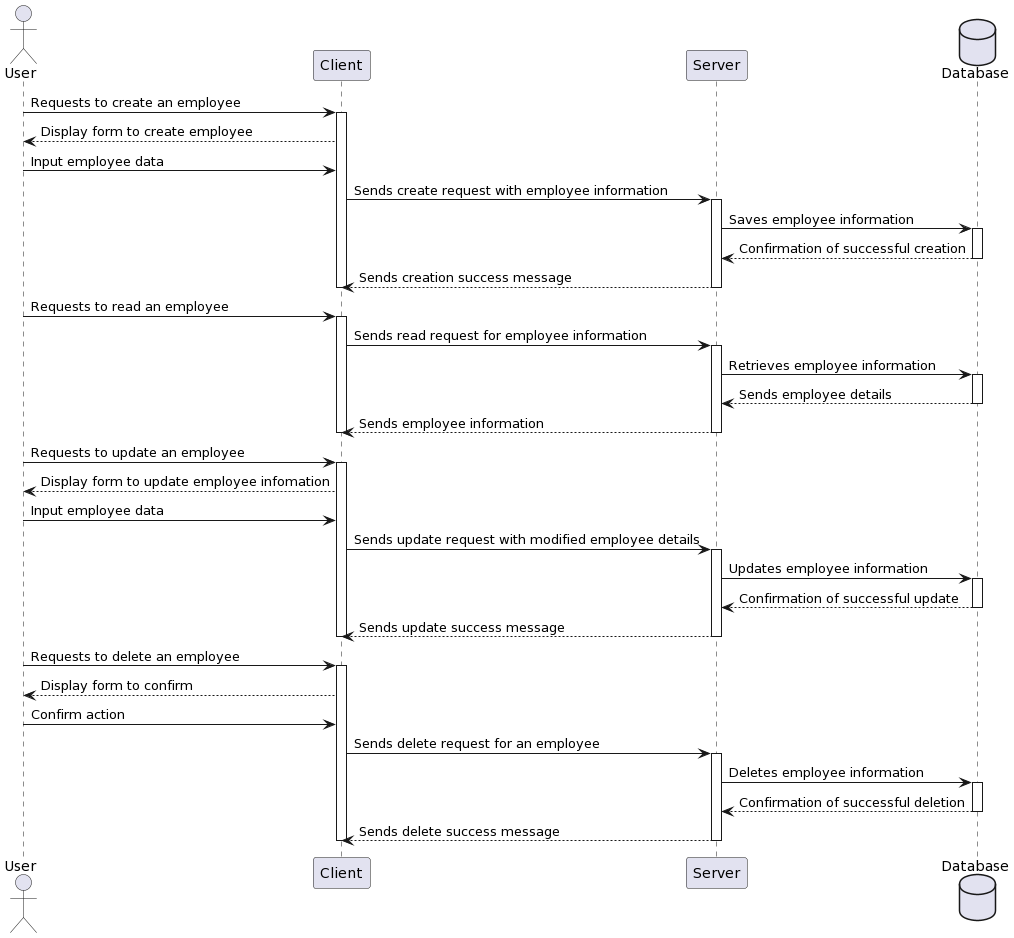
H1eu69/SE357-Pratice-class keeps this PlantUML diagram as Lab 1/Lab 1.2/sequence_diagram/CRUD_employee/CRUD_employee.png. Above is the earlier version. Its diagram source:
```plantuml
@startuml
actor User
participant "Client" as C
participant "Server" as S
database Database

User -> C: Requests to create an employee
activate C
C --> User: Display form to create employee
User -> C: Input employee data
C -> S: Sends create request with employee information
activate S
S -> Database: Saves employee information
activate Database
Database --> S: Confirmation of successful creation
deactivate Database
S --> C: Sends creation success message
deactivate C
deactivate S

User -> C: Requests to read an employee
activate C
C -> S: Sends read request for employee information
activate S
S -> Database: Retrieves employee information
activate Database
Database --> S: Sends employee details
deactivate Database
S --> C: Sends employee information
deactivate C
deactivate S

User -> C: Requests to update an employee
activate C
C --> User: Display form to update employee infomation
User -> C: Input employee data
C -> S: Sends update request with modified employee details
activate S
S -> Database: Updates employee information
activate Database
Database --> S: Confirmation of successful update
deactivate Database
S --> C: Sends update success message
deactivate C
deactivate S

User -> C: Requests to delete an employee
activate C
C --> User: Display form to confirm
User -> C: Confirm action
C -> S: Sends delete request for an employee
activate S
S -> Database: Deletes employee information
activate Database
Database --> S: Confirmation of successful deletion
deactivate Database
S --> C: Sends delete success message
deactivate C
deactivate S
@enduml
```
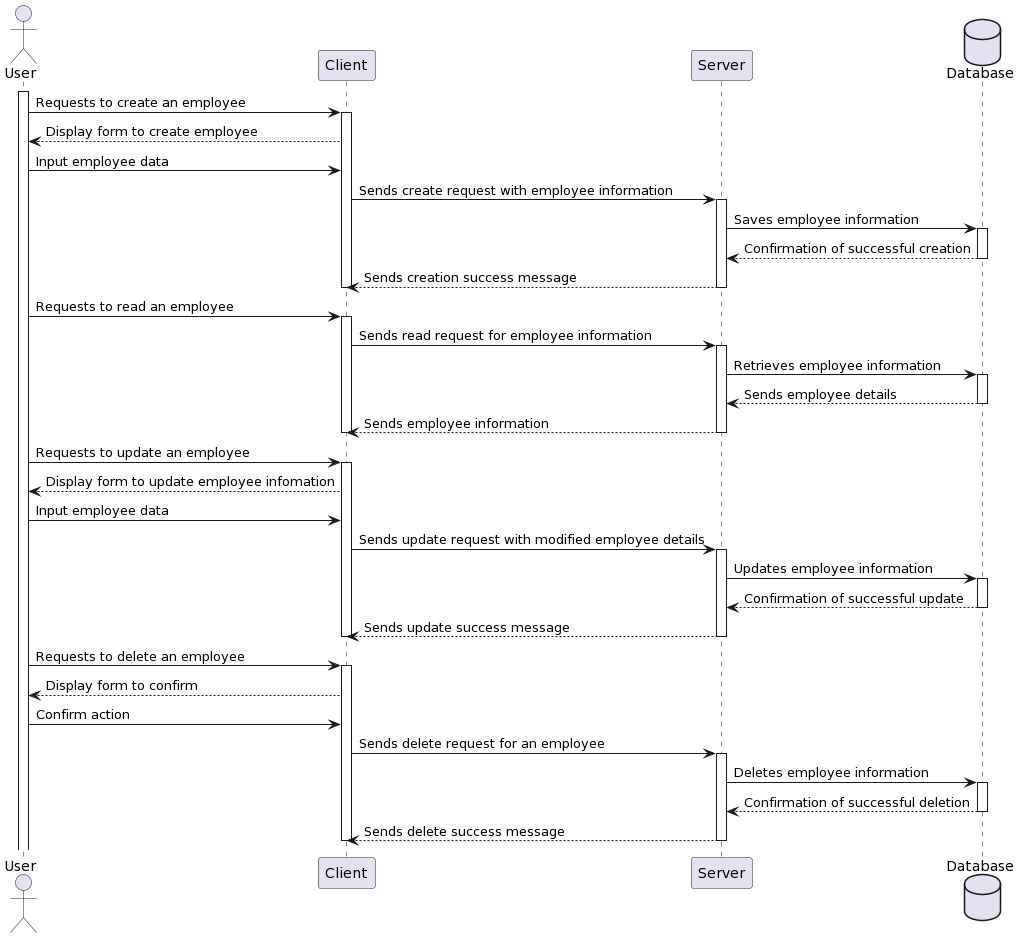
The same diagram one commit later.

Change to the diagram source:
```diff
@@ -4,6 +4,7 @@
 participant "Server" as S
 database Database
 
+activate User
 User -> C: Requests to create an employee
 activate C
 C --> User: Display form to create employee
```
